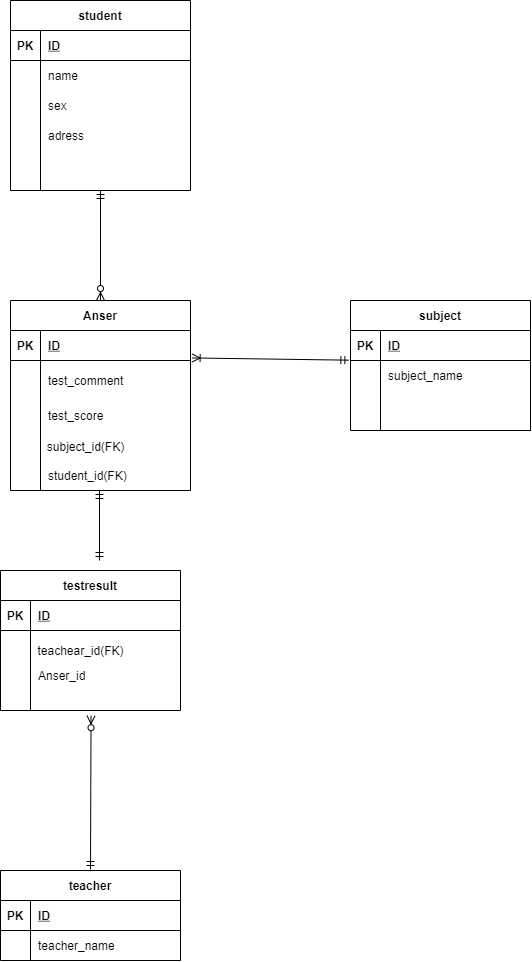
Above: index.drawio.png in terry1121/20211020NAKANO (draw.io), before the change. Source tidied: cells renumbered, new cells last; positions are measured from the earlier drawing's top-left corner, leaving out a move shared by most shapes.
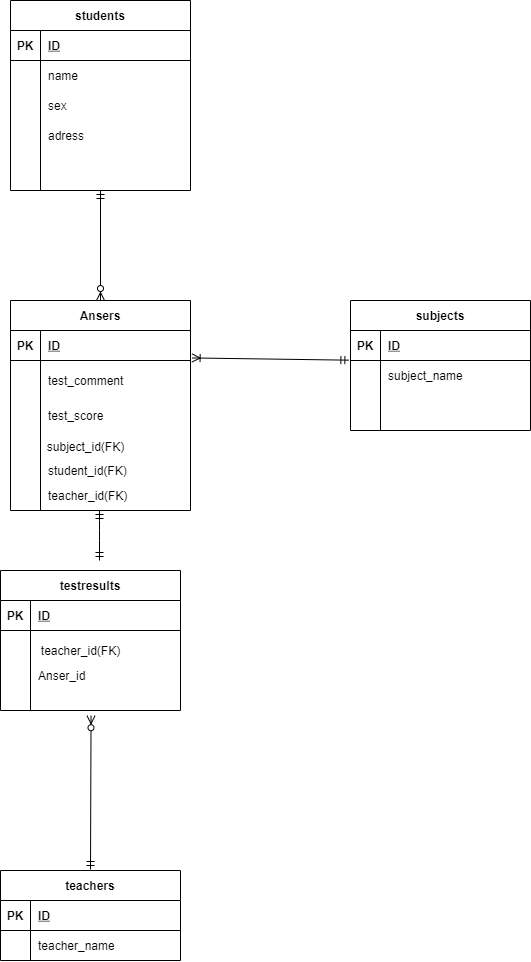
After the change.

Commit message:
修正内容が分かるコミットメッセージ

What changed in the source:
```diff
@@ -2,7 +2,7 @@
   <root>
     <mxCell id="0" />
     <mxCell id="1" parent="0" />
-    <mxCell id="2" value="student" style="shape=table;startSize=30;rowLines=0;fontStyle=1;align=center;" parent="1" vertex="1">
+    <mxCell id="2" value="students" style="shape=table;startSize=30;rowLines=0;fontStyle=1;align=center;" parent="1" vertex="1">
       <mxGeometry x="10" width="180" height="190" as="geometry" />
     </mxCell>
     <mxCell id="3" style="shape=partialRectangle;fillColor=none;top=0;left=0;bottom=1;right=0;" parent="2" vertex="1">
@@ -41,7 +41,7 @@
     <mxCell id="14" value="adress" style="shape=partialRectangle;fillColor=none;top=0;left=0;bottom=0;right=0;align=left;spacingLeft=6;overflow=hidden;" parent="12" vertex="1">
       <mxGeometry x="30" width="150" height="30" as="geometry" />
     </mxCell>
-    <mxCell id="15" value="subject" style="shape=table;startSize=30;rowLines=0;fontStyle=1;align=center;" parent="1" vertex="1">
+    <mxCell id="15" value="subjects" style="shape=table;startSize=30;rowLines=0;fontStyle=1;align=center;" parent="1" vertex="1">
       <mxGeometry x="350" y="300" width="180" height="130" as="geometry" />
     </mxCell>
     <mxCell id="16" style="shape=partialRectangle;fillColor=none;top=0;left=0;bottom=1;right=0;" parent="15" vertex="1">
@@ -71,7 +71,7 @@
     <mxCell id="24" style="shape=partialRectangle;fillColor=none;top=0;left=0;bottom=0;right=0;align=left;spacingLeft=6;overflow=hidden;" parent="22" vertex="1">
       <mxGeometry x="30" width="150" height="30" as="geometry" />
     </mxCell>
-    <mxCell id="25" value="teacher" style="shape=table;startSize=30;rowLines=0;fontStyle=1;align=center;" parent="1" vertex="1">
+    <mxCell id="25" value="teachers" style="shape=table;startSize=30;rowLines=0;fontStyle=1;align=center;" parent="1" vertex="1">
       <mxGeometry y="870" width="180" height="90" as="geometry" />
     </mxCell>
     <mxCell id="26" style="shape=partialRectangle;fillColor=none;top=0;left=0;bottom=1;right=0;" parent="25" vertex="1">
@@ -92,7 +92,7 @@
     <mxCell id="31" value="teacher_name" style="shape=partialRectangle;fillColor=none;top=0;left=0;bottom=0;right=0;align=left;spacingLeft=6;overflow=hidden;" parent="29" vertex="1">
       <mxGeometry x="30" width="150" height="30" as="geometry" />
     </mxCell>
-    <mxCell id="32" value="testresult" style="shape=table;startSize=30;rowLines=0;fontStyle=1;align=center;" parent="1" vertex="1">
+    <mxCell id="32" value="testresults" style="shape=table;startSize=30;rowLines=0;fontStyle=1;align=center;" parent="1" vertex="1">
       <mxGeometry y="570" width="180" height="140" as="geometry" />
     </mxCell>
     <mxCell id="33" style="shape=partialRectangle;fillColor=none;top=0;left=0;bottom=1;right=0;" parent="32" vertex="1">
@@ -131,8 +131,8 @@
     <mxCell id="44" style="shape=partialRectangle;fillColor=none;top=0;left=0;bottom=0;right=0;align=left;spacingLeft=6;overflow=hidden;" parent="42" vertex="1">
       <mxGeometry x="30" width="150" height="20" as="geometry" />
     </mxCell>
-    <mxCell id="45" value="Anser" style="shape=table;startSize=30;rowLines=0;fontStyle=1;align=center;" parent="1" vertex="1">
-      <mxGeometry x="10" y="300" width="180" height="190" as="geometry" />
+    <mxCell id="45" value="Ansers" style="shape=table;startSize=30;rowLines=0;fontStyle=1;align=center;" parent="1" vertex="1">
+      <mxGeometry x="10" y="300" width="180" height="210" as="geometry" />
     </mxCell>
     <mxCell id="46" style="shape=partialRectangle;fillColor=none;top=0;left=0;bottom=1;right=0;points=[[0,0.5],[1,0.5]];portConstraint=eastwest;" parent="45" vertex="1">
       <mxGeometry y="30" width="180" height="30" as="geometry" />
@@ -164,7 +164,10 @@
     <mxCell id="55" style="fontSize=12;html=1;endArrow=ERmandOne;startArrow=ERmandOne;" parent="1" edge="1">
       <mxGeometry relative="1" as="geometry">
         <mxPoint x="99" y="560" as="sourcePoint" />
-        <mxPoint x="99" y="490" as="targetPoint" />
+        <mxPoint x="99" y="510" as="targetPoint" />
+        <Array as="points">
+          <mxPoint x="99" y="530" />
+        </Array>
       </mxGeometry>
     </mxCell>
     <mxCell id="56" style="fontSize=12;html=1;endArrow=ERzeroToMany;startArrow=ERmandOne;entryX=0.5;entryY=0;entryDx=0;entryDy=0;" parent="1" edge="1" target="45">
@@ -183,11 +186,14 @@
     <mxCell id="59" value="subject_id(FK)" style="text;html=1;align=center;verticalAlign=middle;strokeColor=none;" parent="1" vertex="1">
       <mxGeometry x="40" y="436" width="90" height="20" as="geometry" />
     </mxCell>
-    <mxCell id="60" value="teachear_id(FK)" style="text;html=1;align=center;verticalAlign=middle;strokeColor=none;" parent="1" vertex="1">
-      <mxGeometry x="30" y="640" width="100" height="20" as="geometry" />
+    <mxCell id="60" value="teacher_id(FK)" style="text;html=1;align=center;verticalAlign=middle;strokeColor=none;" parent="1" vertex="1">
+      <mxGeometry x="35" y="640" width="90" height="20" as="geometry" />
     </mxCell>
     <mxCell id="61" value="student_id(FK)" style="shape=partialRectangle;fillColor=none;top=0;left=0;bottom=0;right=0;align=left;spacingLeft=6;overflow=hidden;" parent="1" vertex="1">
-      <mxGeometry x="40" y="460" width="150" height="30" as="geometry" />
+      <mxGeometry x="40" y="460" width="150" height="20" as="geometry" />
     </mxCell>
+    <mxCell id="62" value="teacher_id(FK)" style="shape=partialRectangle;fillColor=none;top=0;left=0;bottom=0;right=0;align=left;spacingLeft=6;overflow=hidden;" parent="1" vertex="1">
+      <mxGeometry x="40" y="485" width="150" height="20" as="geometry" />
+    </mxCell>
   </root>
 </mxGraphModel>
```
